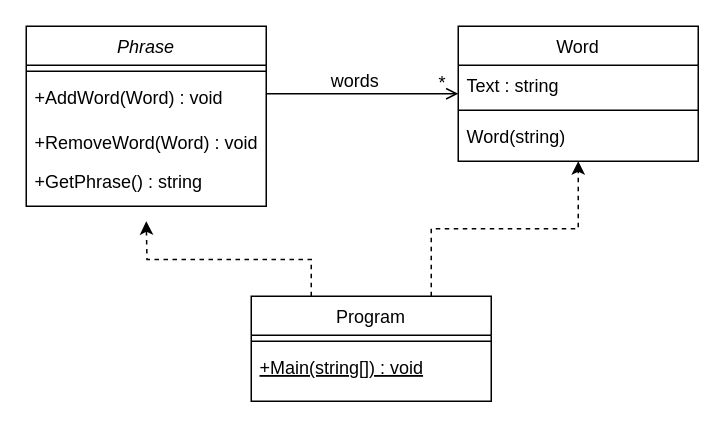
Before: Assets/0_Objetos_Clases_Mensajes.drawio in ucudal/PII_Conceptos_de_POO, a draw.io diagram. Source tidied: cells renumbered, new cells numbered last; positions are measured from the earlier drawing's top-left corner, leaving out a move shared by most shapes. Both pictures are drawn from the tidied source at 150%, with x=0, y=0 at pixel (26, 26).
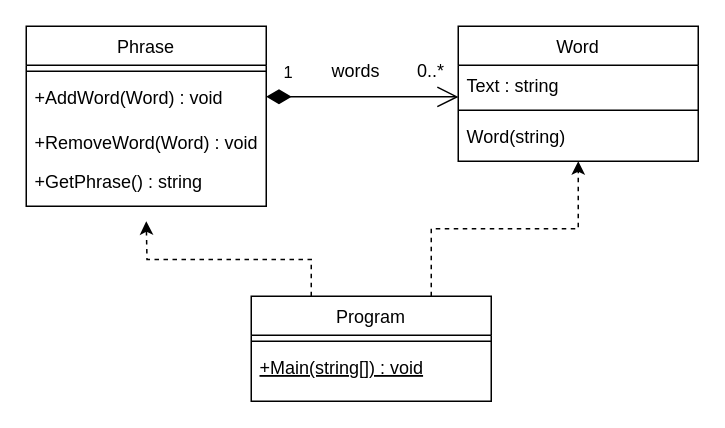
After the change.

Commit message (it also covers changes not shown here):
Added UML diagrams

The change refers to these unchanged cells:
```xml
<mxCell id="4" value="+AddWord(Word) : void" style="text;align=left;verticalAlign=top;spacingLeft=4;spacingRight=4;overflow=hidden;points=[[0,0.5],[1,0.5]];portConstraint=eastwest;" parent="2" vertex="1">
  <mxGeometry y="34" width="160" height="26" as="geometry" />
</mxCell>
<mxCell id="10" value="Word" style="swimlane;fontStyle=0;align=center;verticalAlign=top;horizontal=1;startSize=26;rounded=0;shadow=0;strokeWidth=1;" parent="1" vertex="1">
  <mxGeometry x="288" width="160" height="90" as="geometry" />
</mxCell>
<mxCell id="11" value="Text : string" style="text;align=left;verticalAlign=top;spacingLeft=4;spacingRight=4;overflow=hidden;points=[[0,0.5],[1,0.5]];portConstraint=eastwest;" parent="10" vertex="1">
  <mxGeometry y="26" width="160" height="26" as="geometry" />
</mxCell>
```

The edit, as a diff of the source:
```diff
@@
-    <mxCell id="2" value="Phrase" style="swimlane;fontStyle=2;align=center;verticalAlign=top;horizontal=1;startSize=26;rounded=0;shadow=0;strokeWidth=1;" parent="1" vertex="1">
+    <mxCell id="2" value="Phrase" style="swimlane;fontStyle=0;align=center;verticalAlign=top;horizontal=1;startSize=26;rounded=0;shadow=0;strokeWidth=1;" parent="1" vertex="1">
       <mxGeometry width="160" height="120" as="geometry" />
     </mxCell>
@@
-    <mxCell id="14" style="endArrow=open;shadow=0;strokeWidth=1;rounded=0;endFill=1;edgeStyle=elbowEdgeStyle;elbow=vertical;" parent="1" edge="1" source="2" target="10">
-      <mxGeometry x="0.5" y="41" relative="1" as="geometry">
-        <mxPoint x="-40" y="32" as="offset" />
-      </mxGeometry>
-    </mxCell>
-    <mxCell id="15" value="*" style="align=right;verticalAlign=bottom;labelBackgroundColor=none;fontSize=12;" parent="14" vertex="1">
-      <mxGeometry x="1" relative="1" as="geometry">
-        <mxPoint x="-7" y="1" as="offset" />
-      </mxGeometry>
-    </mxCell>
-    <mxCell id="16" value="words" style="text;html=1;align=center;verticalAlign=middle;labelBackgroundColor=none;rounded=0;shadow=0;strokeWidth=1;fontSize=12;" parent="14" vertex="1">
-      <mxGeometry x="0.5" y="49" relative="1" as="geometry">
-        <mxPoint x="-38" y="40" as="offset" />
-      </mxGeometry>
-    </mxCell>
@@
+    <mxCell id="19" value="0..*" style="text;html=1;strokeColor=none;fillColor=none;align=center;verticalAlign=middle;whiteSpace=wrap;rounded=0;" parent="1" vertex="1">
+      <mxGeometry x="260" y="20" width="20" height="20" as="geometry" />
+    </mxCell>
+    <mxCell id="20" value="1" style="endArrow=open;html=1;endSize=12;startArrow=diamondThin;startSize=14;startFill=1;align=left;verticalAlign=bottom;entryX=0.001;entryY=0.811;entryDx=0;entryDy=0;exitX=1;exitY=0.5;exitDx=0;exitDy=0;entryPerimeter=0;" parent="1" edge="1" source="4" target="11">
+      <mxGeometry x="-0.84" y="7" relative="1" as="geometry" />
+    </mxCell>
+    <mxCell id="16" value="words" style="text;html=1;strokeColor=none;fillColor=none;align=center;verticalAlign=middle;whiteSpace=wrap;rounded=0;" parent="1" vertex="1">
+      <mxGeometry x="200" y="20" width="40" height="20" as="geometry" />
+    </mxCell>
```
